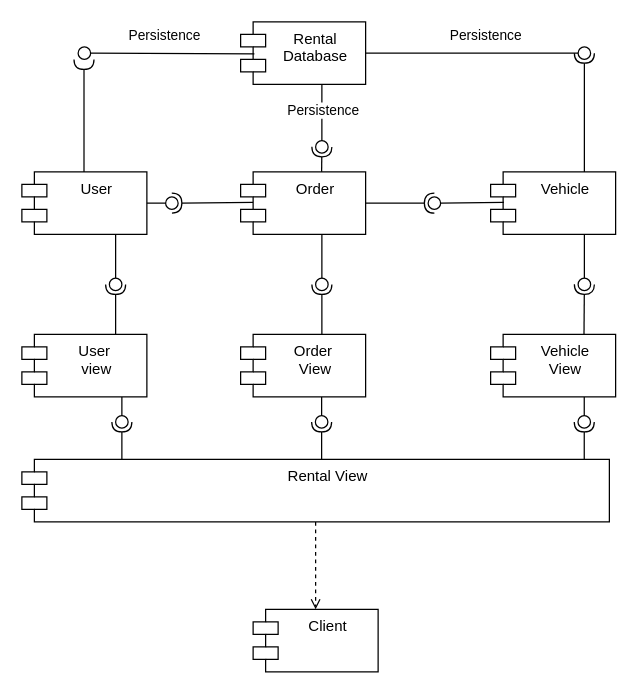
The draw.io diagram projeto/diagrama_de_componentes/diagrama_de_componentes.drawio in pucmg-2023-02-lps-g2/VGS-Projeto-02, before the edit. Source tidied: cells renumbered, new cells numbered last; positions are measured from the earlier drawing's top-left corner, leaving out a move shared by most shapes. Both pictures are drawn from the tidied source at 125%, with x=0, y=0 at pixel (21, 21).
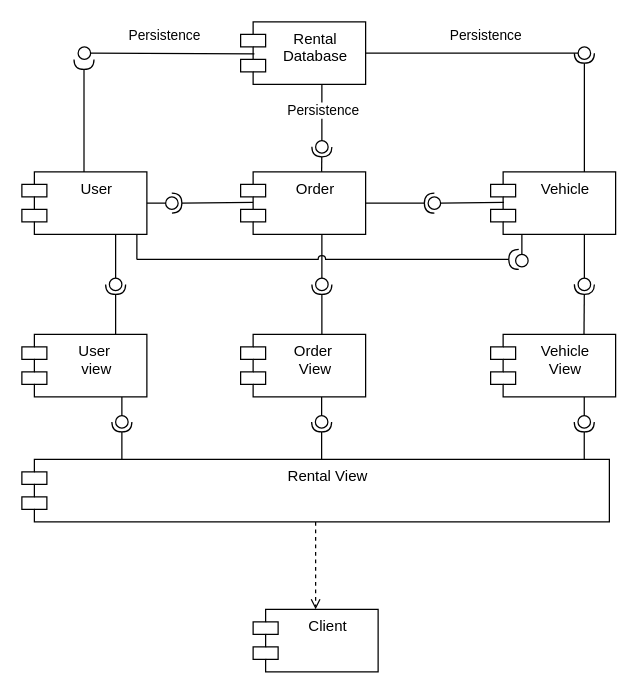
After the change.

Commit message (it also covers changes not shown here):
Corrigido Diagrama de Componentes

Unchanged cells that the change refers to:
```xml
<mxCell id="2" value="User" style="shape=module;align=left;spacingLeft=20;align=center;verticalAlign=top;whiteSpace=wrap;html=1;" parent="1" vertex="1">
  <mxGeometry y="120" width="100" height="50" as="geometry" />
</mxCell>
<mxCell id="3" value="Vehicle" style="shape=module;align=left;spacingLeft=20;align=center;verticalAlign=top;whiteSpace=wrap;html=1;" parent="1" vertex="1">
  <mxGeometry x="375" y="120" width="100" height="50" as="geometry" />
</mxCell>
```

What changed in the source:
```diff
@@
+    <mxCell id="41" style="edgeStyle=orthogonalEdgeStyle;rounded=0;jettySize=auto;html=1;exitX=0.83;exitY=0.991;exitDx=0;exitDy=0;exitPerimeter=0;endArrow=none;endFill=0;" parent="1" edge="1" source="2">
+      <mxGeometry relative="1" as="geometry">
+        <mxPoint x="92" y="190" as="targetPoint" />
+      </mxGeometry>
+    </mxCell>
@@
+    <mxCell id="42" style="rounded=0;jettySize=auto;html=1;endArrow=oval;endFill=0;sketch=0;sourcePerimeterSpacing=0;targetPerimeterSpacing=0;endSize=10;exitX=0.25;exitY=1;exitDx=0;exitDy=0;" parent="1" edge="1" source="3">
+      <mxGeometry relative="1" as="geometry">
+        <mxPoint x="400" y="191" as="targetPoint" />
+      </mxGeometry>
+    </mxCell>
+    <mxCell id="43" style="rounded=0;orthogonalLoop=1;jettySize=auto;html=1;endArrow=halfCircle;endFill=0;endSize=6;strokeWidth=1;sketch=0;jumpStyle=arc;" parent="1" edge="1">
+      <mxGeometry relative="1" as="geometry">
+        <mxPoint x="92" y="190" as="sourcePoint" />
+        <mxPoint x="397.5" y="190" as="targetPoint" />
+      </mxGeometry>
+    </mxCell>
```
